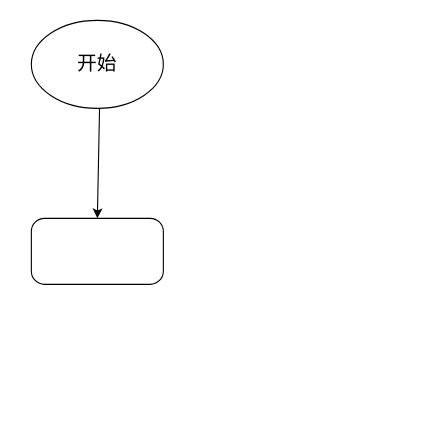
The draw.io diagram VScode/demo.drawio in MagicalBrain/My-note., before the edit. Source tidied: cells renumbered, new cells numbered last; positions are measured from the earlier drawing's top-left corner, leaving out a move shared by most shapes. Both pictures are drawn from the tidied source at 110%, with x=0, y=0 at pixel (31, 20).
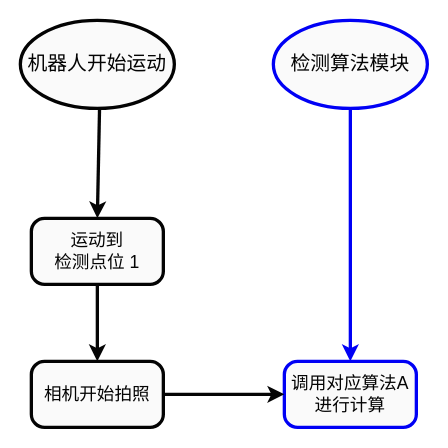
After the change.

The edit, as a diff of the source:
```diff
@@
-<mxGraphModel>
+<mxGraphModel background="#ffffff">
   <root>
     <mxCell id="0" />
     <mxCell id="1" parent="0" />
-    <mxCell id="2" style="edgeStyle=none;html=1;entryX=0.5;entryY=0;entryDx=0;entryDy=0;fontSize=18;" parent="1" edge="1" source="3" target="4">
+    <mxCell id="2" style="edgeStyle=none;html=1;entryX=0.5;entryY=0;entryDx=0;entryDy=0;fontSize=18;strokeColor=#050505;strokeWidth=3;" parent="1" edge="1" source="3" target="4">
       <mxGeometry relative="1" as="geometry" />
     </mxCell>
-    <mxCell id="3" value="&lt;font style=&quot;font-size: 18px&quot;&gt;开始&lt;/font&gt;" style="ellipse;whiteSpace=wrap;html=1;" parent="1" vertex="1">
-      <mxGeometry width="120" height="80" as="geometry" />
+    <mxCell id="3" value="&lt;span style=&quot;font-size: 18px&quot;&gt;机器人开始运动&lt;/span&gt;" style="ellipse;whiteSpace=wrap;html=1;fillColor=#FAFAFA;fontColor=#030303;strokeWidth=3;strokeColor=#030303;" parent="1" vertex="1">
+      <mxGeometry x="-10" width="140" height="80" as="geometry" />
     </mxCell>
-    <mxCell id="4" style="rounded=1;whiteSpace=wrap;html=1;fontSize=18;arcSize=20;" parent="1" vertex="1">
+    <mxCell id="4" value="&lt;font style=&quot;font-size: 16px&quot;&gt;运动到&lt;br&gt;检测点位 1&lt;/font&gt;" style="rounded=1;whiteSpace=wrap;html=1;fontSize=12;arcSize=20;fillColor=#FAFAFA;strokeColor=#030303;fontColor=#030303;strokeWidth=3;" parent="1" vertex="1">
       <mxGeometry y="180" width="120" height="60" as="geometry" />
     </mxCell>
+    <mxCell id="5" value="&lt;span style=&quot;font-size: 16px&quot;&gt;相机开始拍照&lt;/span&gt;" style="rounded=1;whiteSpace=wrap;html=1;fontSize=12;arcSize=20;fillColor=#FAFAFA;strokeColor=#030303;fontColor=#030303;strokeWidth=3;" parent="1" vertex="1">
+      <mxGeometry y="310" width="120" height="60" as="geometry" />
+    </mxCell>
+    <mxCell id="6" value="&lt;span style=&quot;font-size: 18px&quot;&gt;检测算法模块&lt;/span&gt;" style="ellipse;whiteSpace=wrap;html=1;fillColor=#FAFAFA;fontColor=#030303;strokeWidth=3;strokeColor=#0000F5;" parent="1" vertex="1">
+      <mxGeometry x="220" width="140" height="80" as="geometry" />
+    </mxCell>
+    <mxCell id="7" value="&lt;font style=&quot;font-size: 16px&quot;&gt;调用对应算法A进行计算&lt;/font&gt;" style="rounded=1;whiteSpace=wrap;html=1;fontSize=12;arcSize=20;fillColor=#FAFAFA;strokeColor=#0000F5;fontColor=#030303;strokeWidth=3;" parent="1" vertex="1">
+      <mxGeometry x="230" y="310" width="120" height="60" as="geometry" />
+    </mxCell>
+    <mxCell id="8" style="edgeStyle=none;html=1;entryX=0.5;entryY=0;entryDx=0;entryDy=0;fontSize=18;strokeColor=#050505;strokeWidth=3;exitX=0.5;exitY=1;exitDx=0;exitDy=0;" parent="1" edge="1" source="4" target="5">
+      <mxGeometry relative="1" as="geometry" />
+    </mxCell>
+    <mxCell id="9" style="edgeStyle=none;html=1;entryX=0.5;entryY=0;entryDx=0;entryDy=0;fontSize=18;strokeColor=#0000F5;strokeWidth=3;exitX=0.5;exitY=1;exitDx=0;exitDy=0;exitPerimeter=0;" parent="1" edge="1" source="6" target="7">
+      <mxGeometry relative="1" as="geometry" />
+    </mxCell>
+    <mxCell id="10" style="edgeStyle=none;html=1;entryX=0;entryY=0.5;entryDx=0;entryDy=0;fontSize=18;strokeColor=#050505;strokeWidth=3;exitX=1;exitY=0.5;exitDx=0;exitDy=0;" parent="1" edge="1" source="5" target="7">
+      <mxGeometry relative="1" as="geometry" />
+    </mxCell>
   </root>
 </mxGraphModel>
```
